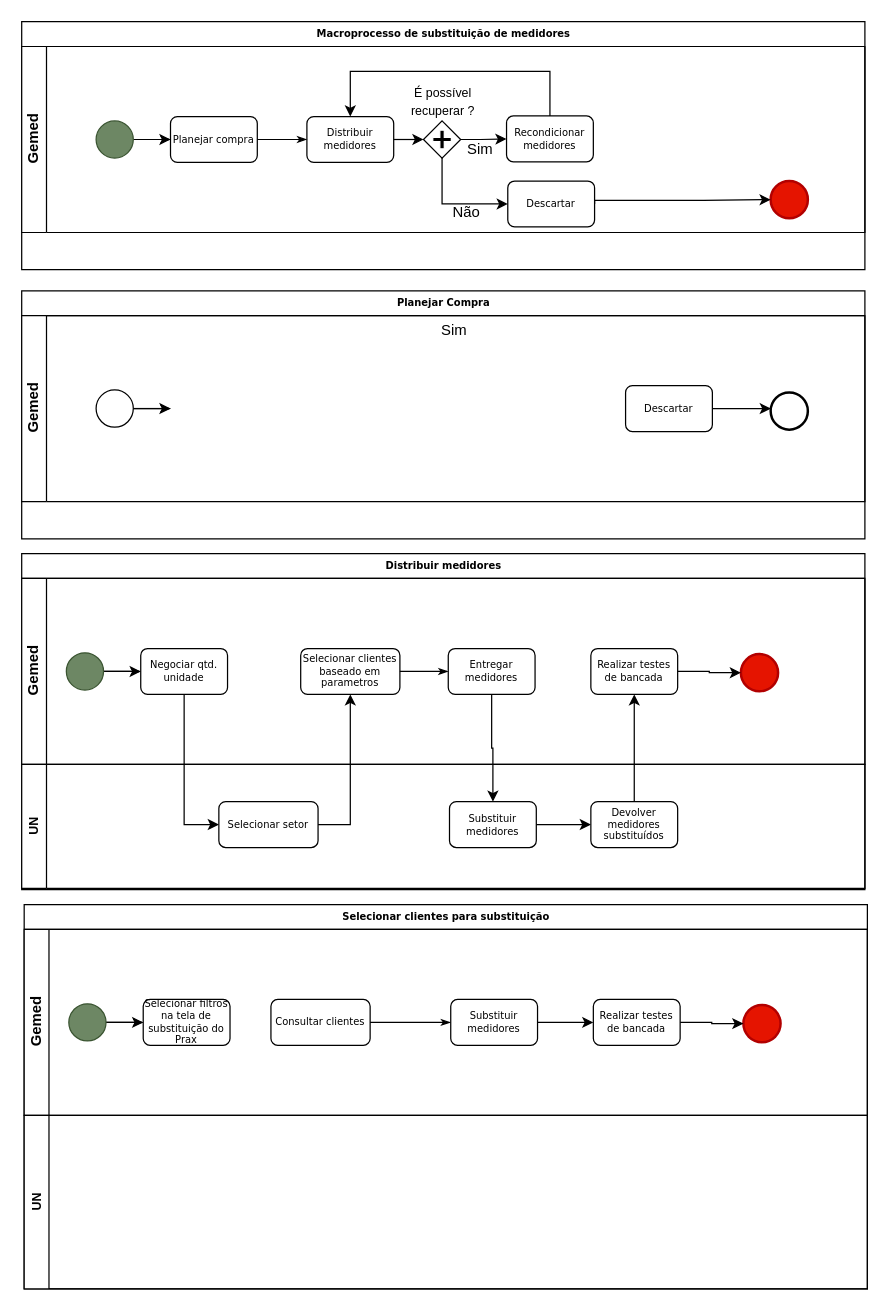
This is page "Processos" (1 of 2) of Problemas Mestrado/Processos/variaveis substituição medidor.drawio from Mirko-Morais/Mestrado, a draw.io file, before an edit. Source tidied: cells renumbered, new cells numbered last; positions are measured from the earlier drawing's top-left corner, leaving out a move shared by most shapes. Both pictures are drawn from the tidied source at 124%, with x=0, y=0 at pixel (21, 21).
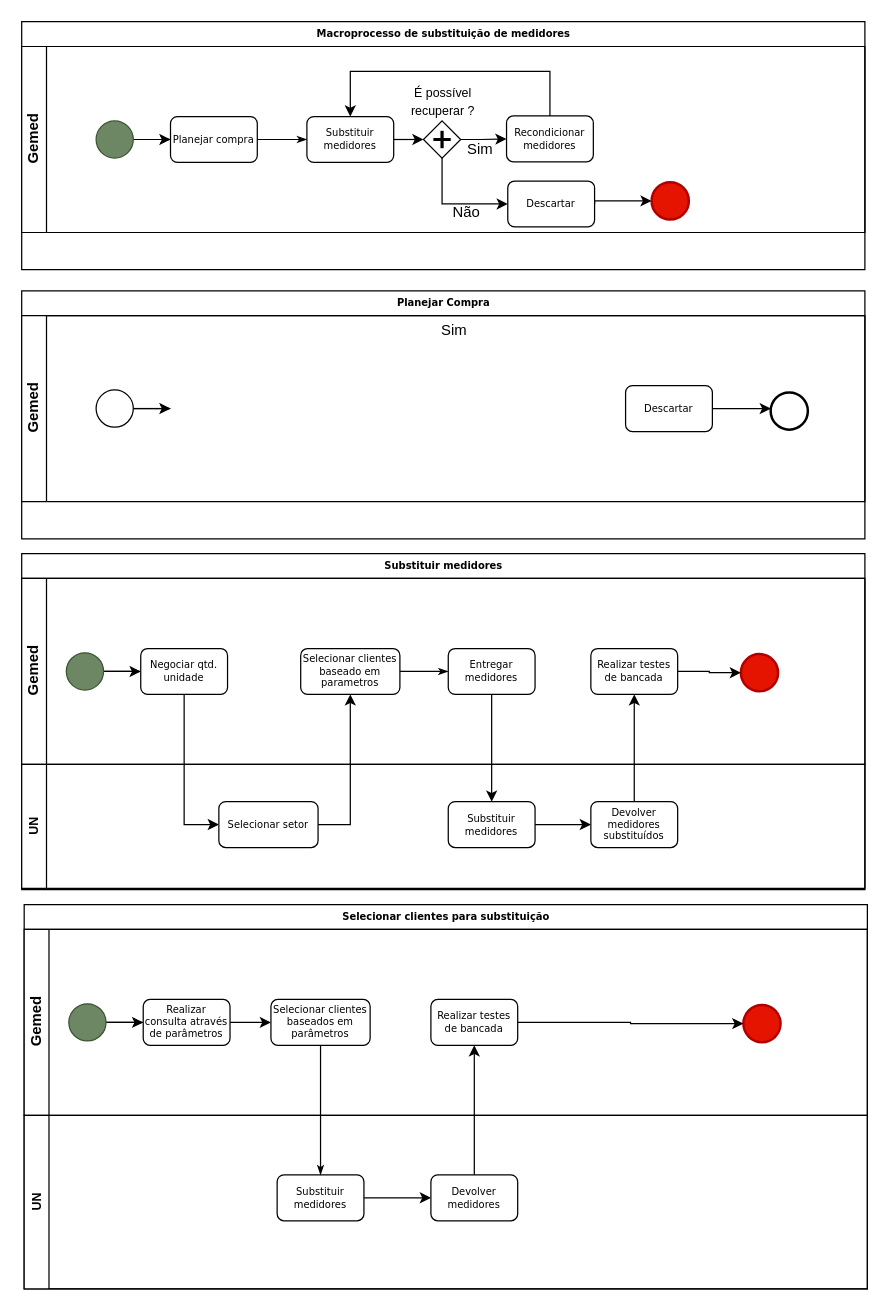
The same page after the edit.

The change refers to these unchanged cells:
```xml
<mxCell id="3" value="Gemed" style="swimlane;html=1;startSize=20;horizontal=0;" parent="2" vertex="1">
  <mxGeometry y="20" width="680" height="150" as="geometry" />
</mxCell>
<mxCell id="20" value="Descartar" style="rounded=1;whiteSpace=wrap;html=1;shadow=0;labelBackgroundColor=none;strokeWidth=1;fontFamily=Verdana;fontSize=8;align=center;" parent="1" vertex="1">
  <mxGeometry x="392" y="128.5" width="70" height="37" as="geometry" />
</mxCell>
<mxCell id="43" value="UN" style="swimlane;horizontal=0;whiteSpace=wrap;html=1;fontSize=10;startSize=20;" parent="31" vertex="1">
  <mxGeometry y="170" width="680" height="100" as="geometry" />
</mxCell>
<mxCell id="52" value="Selecionar clientes para substituição" style="swimlane;html=1;horizontal=1;startSize=20;rounded=0;shadow=0;labelBackgroundColor=none;strokeWidth=1;fontFamily=Verdana;fontSize=8;align=center;" parent="1" vertex="1">
  <mxGeometry x="2" y="712" width="680" height="310" as="geometry" />
</mxCell>
<mxCell id="53" value="Gemed" style="swimlane;html=1;startSize=20;horizontal=0;" parent="52" vertex="1">
  <mxGeometry y="20" width="680" height="150" as="geometry" />
</mxCell>
<mxCell id="65" value="UN" style="swimlane;horizontal=0;whiteSpace=wrap;html=1;fontSize=10;startSize=20;" parent="52" vertex="1">
  <mxGeometry y="170" width="680" height="140" as="geometry" />
</mxCell>
```

Change to the diagram source:
```diff
@@
-    <mxCell id="9" value="Distribuir medidores" style="rounded=1;whiteSpace=wrap;html=1;shadow=0;labelBackgroundColor=none;strokeWidth=1;fontFamily=Verdana;fontSize=8;align=center;" parent="3" vertex="1">
+    <mxCell id="9" value="Substituir medidores" style="rounded=1;whiteSpace=wrap;html=1;shadow=0;labelBackgroundColor=none;strokeWidth=1;fontFamily=Verdana;fontSize=8;align=center;" parent="3" vertex="1">
       <mxGeometry x="230" y="56.5" width="70" height="37" as="geometry" />
     </mxCell>
@@
     <mxCell id="11" style="ellipse;whiteSpace=wrap;html=1;rounded=0;shadow=0;labelBackgroundColor=none;strokeWidth=2;fontFamily=Verdana;fontSize=8;align=center;fillColor=#e51400;fontColor=#ffffff;strokeColor=#B20000;" parent="3" vertex="1">
-      <mxGeometry x="604" y="108.5" width="30" height="30" as="geometry" />
+      <mxGeometry x="508" y="109.5" width="30" height="30" as="geometry" />
     </mxCell>
@@
     <mxCell id="19" style="edgeStyle=orthogonalEdgeStyle;rounded=0;jettySize=auto;html=1;exitX=1;exitY=0.5;exitDx=0;exitDy=0;entryX=0;entryY=0.5;entryDx=0;entryDy=0;" parent="1" edge="1" source="20" target="11">
       <mxGeometry relative="1" as="geometry">
         <Array as="points">
           <mxPoint x="462" y="144" />
-          <mxPoint x="550" y="144" />
         </Array>
       </mxGeometry>
     </mxCell>
@@
-    <mxCell id="31" value="Distribuir medidores" style="swimlane;html=1;horizontal=1;startSize=20;rounded=0;shadow=0;labelBackgroundColor=none;strokeWidth=1;fontFamily=Verdana;fontSize=8;align=center;" parent="1" vertex="1">
+    <mxCell id="31" value="Substituir medidores" style="swimlane;html=1;horizontal=1;startSize=20;rounded=0;shadow=0;labelBackgroundColor=none;strokeWidth=1;fontFamily=Verdana;fontSize=8;align=center;" parent="1" vertex="1">
       <mxGeometry y="429" width="680" height="271" as="geometry" />
     </mxCell>
@@
     <mxCell id="45" value="Substituir medidores" style="rounded=1;whiteSpace=wrap;html=1;shadow=0;labelBackgroundColor=none;strokeWidth=1;fontFamily=Verdana;fontSize=8;align=center;" parent="43" vertex="1">
-      <mxGeometry x="345" y="30" width="70" height="37" as="geometry" />
+      <mxGeometry x="344" y="30" width="70" height="37" as="geometry" />
     </mxCell>
@@
+    <mxCell id="66" style="edgeStyle=orthogonalEdgeStyle;rounded=0;jettySize=auto;html=1;exitX=1;exitY=0.5;exitDx=0;exitDy=0;entryX=0;entryY=0.5;entryDx=0;entryDy=0;" parent="53" edge="1" source="57" target="58">
+      <mxGeometry relative="1" as="geometry" />
+    </mxCell>
-    <mxCell id="57" value="Selecionar filtros na tela de substituição do Prax" style="rounded=1;whiteSpace=wrap;html=1;shadow=0;labelBackgroundColor=none;strokeWidth=1;fontFamily=Verdana;fontSize=8;align=center;" parent="53" vertex="1">
+    <mxCell id="57" value="Realizar consulta através de parâmetros" style="rounded=1;whiteSpace=wrap;html=1;shadow=0;labelBackgroundColor=none;strokeWidth=1;fontFamily=Verdana;fontSize=8;align=center;" parent="53" vertex="1">
       <mxGeometry x="96" y="56.5" width="70" height="37" as="geometry" />
     </mxCell>
-    <mxCell id="58" value="Consultar clientes " style="rounded=1;whiteSpace=wrap;html=1;shadow=0;labelBackgroundColor=none;strokeWidth=1;fontFamily=Verdana;fontSize=8;align=center;" parent="53" vertex="1">
+    <mxCell id="58" value="Selecionar clientes baseados em parâmetros" style="rounded=1;whiteSpace=wrap;html=1;shadow=0;labelBackgroundColor=none;strokeWidth=1;fontFamily=Verdana;fontSize=8;align=center;" parent="53" vertex="1">
       <mxGeometry x="199" y="56.5" width="80" height="37" as="geometry" />
     </mxCell>
@@
-    <mxCell id="60" style="edgeStyle=orthogonalEdgeStyle;rounded=0;html=1;labelBackgroundColor=none;startArrow=none;startFill=0;startSize=5;endArrow=classicThin;endFill=1;endSize=5;jettySize=auto;strokeWidth=1;fontFamily=Verdana;fontSize=8;" parent="53" edge="1" source="58" target="62">
-      <mxGeometry relative="1" as="geometry" />
-    </mxCell>
-    <mxCell id="61" style="edgeStyle=orthogonalEdgeStyle;rounded=0;jettySize=auto;html=1;fontSize=10;" parent="53" edge="1" source="62" target="64">
-      <mxGeometry relative="1" as="geometry" />
-    </mxCell>
-    <mxCell id="62" value="Substituir medidores" style="rounded=1;whiteSpace=wrap;html=1;shadow=0;labelBackgroundColor=none;strokeWidth=1;fontFamily=Verdana;fontSize=8;align=center;" parent="53" vertex="1">
-      <mxGeometry x="344" y="56.5" width="70" height="37" as="geometry" />
-    </mxCell>
@@
     <mxCell id="64" value="Realizar testes de bancada" style="rounded=1;whiteSpace=wrap;html=1;shadow=0;labelBackgroundColor=none;strokeWidth=1;fontFamily=Verdana;fontSize=8;align=center;" parent="53" vertex="1">
-      <mxGeometry x="459" y="56.5" width="70" height="37" as="geometry" />
+      <mxGeometry x="328" y="56.5" width="70" height="37" as="geometry" />
     </mxCell>
@@
+    <mxCell id="67" style="edgeStyle=orthogonalEdgeStyle;rounded=0;jettySize=auto;html=1;entryX=0;entryY=0.5;entryDx=0;entryDy=0;" parent="65" edge="1" source="62" target="68">
+      <mxGeometry relative="1" as="geometry" />
+    </mxCell>
+    <mxCell id="62" value="Substituir medidores" style="rounded=1;whiteSpace=wrap;html=1;shadow=0;labelBackgroundColor=none;strokeWidth=1;fontFamily=Verdana;fontSize=8;align=center;" parent="65" vertex="1">
+      <mxGeometry x="204" y="48" width="70" height="37" as="geometry" />
+    </mxCell>
+    <mxCell id="68" value="Devolver medidores" style="rounded=1;whiteSpace=wrap;html=1;shadow=0;labelBackgroundColor=none;strokeWidth=1;fontFamily=Verdana;fontSize=8;align=center;" parent="65" vertex="1">
+      <mxGeometry x="328" y="48" width="70" height="37" as="geometry" />
+    </mxCell>
+    <mxCell id="60" style="edgeStyle=orthogonalEdgeStyle;rounded=0;html=1;labelBackgroundColor=none;startArrow=none;startFill=0;startSize=5;endArrow=classicThin;endFill=1;endSize=5;jettySize=auto;strokeWidth=1;fontFamily=Verdana;fontSize=8;" parent="52" edge="1" source="58" target="62">
+      <mxGeometry relative="1" as="geometry" />
+    </mxCell>
+    <mxCell id="69" style="edgeStyle=orthogonalEdgeStyle;rounded=0;jettySize=auto;html=1;entryX=0.5;entryY=1;entryDx=0;entryDy=0;" parent="52" edge="1" source="68" target="64">
+      <mxGeometry relative="1" as="geometry" />
+    </mxCell>
```
